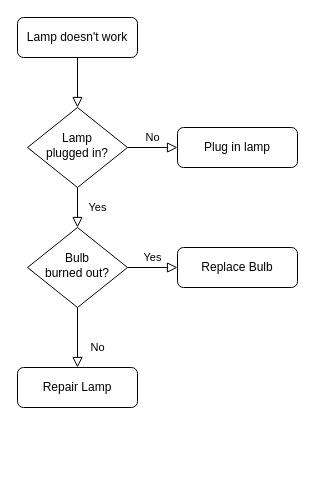
This is Untitled Diagram.drawio from DonYum/Prophet_Demo, a draw.io file, before an edit. Source tidied: cells renumbered, new cells numbered last; positions are measured from the earlier drawing's top-left corner, leaving out a move shared by most shapes. Both pictures are drawn from the tidied source at 100%, with x=0, y=0 at pixel (17, 17).
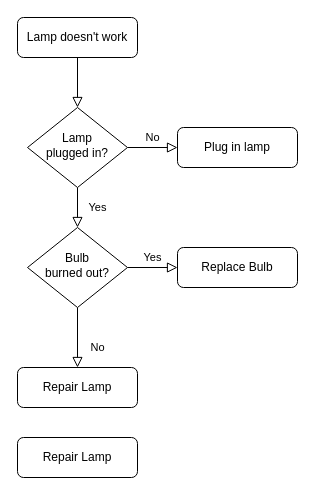
After the change.

The edit, as a diff of the source:
```diff
@@
 <mxGraphModel>
   <root>
     <mxCell id="0" />
     <mxCell id="1" parent="0" />
     <mxCell id="2" style="rounded=0;html=1;jettySize=auto;fontSize=11;endArrow=block;endFill=0;endSize=8;strokeWidth=1;shadow=0;labelBackgroundColor=none;edgeStyle=orthogonalEdgeStyle;" parent="1" edge="1" source="3" target="6">
       <mxGeometry relative="1" as="geometry" />
     </mxCell>
     <mxCell id="3" value="Lamp doesn't work" style="rounded=1;whiteSpace=wrap;html=1;fontSize=12;glass=0;strokeWidth=1;shadow=0;" parent="1" vertex="1">
       <mxGeometry width="120" height="40" as="geometry" />
     </mxCell>
     <mxCell id="4" value="Yes" style="rounded=0;html=1;jettySize=auto;fontSize=11;endArrow=block;endFill=0;endSize=8;strokeWidth=1;shadow=0;labelBackgroundColor=none;edgeStyle=orthogonalEdgeStyle;" parent="1" edge="1" source="6" target="10">
       <mxGeometry y="20" relative="1" as="geometry" />
     </mxCell>
     <mxCell id="5" value="No" style="edgeStyle=orthogonalEdgeStyle;rounded=0;html=1;jettySize=auto;fontSize=11;endArrow=block;endFill=0;endSize=8;strokeWidth=1;shadow=0;labelBackgroundColor=none;" parent="1" edge="1" source="6" target="7">
       <mxGeometry y="10" relative="1" as="geometry" />
     </mxCell>
     <mxCell id="6" value="Lamp&lt;br&gt;plugged in?" style="rhombus;whiteSpace=wrap;html=1;shadow=0;fontFamily=Helvetica;fontSize=12;align=center;strokeWidth=1;spacing=6;spacingTop=-4;" parent="1" vertex="1">
       <mxGeometry x="10" y="90" width="100" height="80" as="geometry" />
     </mxCell>
     <mxCell id="7" value="Plug in lamp" style="rounded=1;whiteSpace=wrap;html=1;fontSize=12;glass=0;strokeWidth=1;shadow=0;" parent="1" vertex="1">
       <mxGeometry x="160" y="110" width="120" height="40" as="geometry" />
     </mxCell>
     <mxCell id="8" value="No" style="rounded=0;html=1;jettySize=auto;fontSize=11;endArrow=block;endFill=0;endSize=8;strokeWidth=1;shadow=0;labelBackgroundColor=none;edgeStyle=orthogonalEdgeStyle;" parent="1" edge="1" source="10" target="11">
       <mxGeometry x="0.33" y="20" relative="1" as="geometry" />
     </mxCell>
     <mxCell id="9" value="Yes" style="edgeStyle=orthogonalEdgeStyle;rounded=0;html=1;jettySize=auto;fontSize=11;endArrow=block;endFill=0;endSize=8;strokeWidth=1;shadow=0;labelBackgroundColor=none;" parent="1" edge="1" source="10" target="12">
       <mxGeometry y="10" relative="1" as="geometry" />
     </mxCell>
     <mxCell id="10" value="Bulb&lt;br&gt;burned out?" style="rhombus;whiteSpace=wrap;html=1;shadow=0;fontFamily=Helvetica;fontSize=12;align=center;strokeWidth=1;spacing=6;spacingTop=-4;" parent="1" vertex="1">
       <mxGeometry x="10" y="210" width="100" height="80" as="geometry" />
     </mxCell>
     <mxCell id="11" value="Repair Lamp" style="rounded=1;whiteSpace=wrap;html=1;fontSize=12;glass=0;strokeWidth=1;shadow=0;" parent="1" vertex="1">
       <mxGeometry y="350" width="120" height="40" as="geometry" />
     </mxCell>
     <mxCell id="12" value="Replace Bulb" style="rounded=1;whiteSpace=wrap;html=1;fontSize=12;glass=0;strokeWidth=1;shadow=0;" parent="1" vertex="1">
       <mxGeometry x="160" y="230" width="120" height="40" as="geometry" />
     </mxCell>
+    <mxCell id="13" value="Repair Lamp" style="rounded=1;whiteSpace=wrap;html=1;fontSize=12;glass=0;strokeWidth=1;shadow=0;" parent="1" vertex="1">
+      <mxGeometry y="420" width="120" height="40" as="geometry" />
+    </mxCell>
   </root>
 </mxGraphModel>
```
